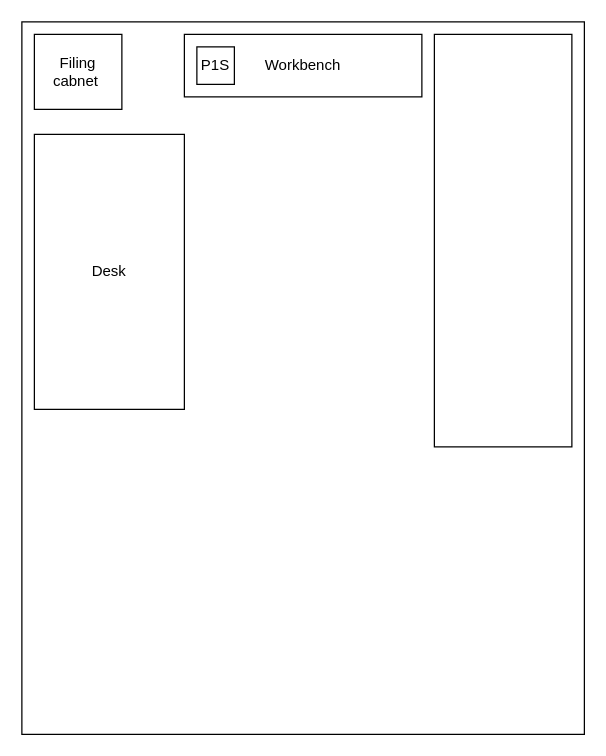
Before: FloorPlan.drawio in the-real-mastermind/DrawIo, a draw.io diagram. Source tidied: cells renumbered, new cells numbered last; positions are measured from the earlier drawing's top-left corner, leaving out a move shared by most shapes. Both pictures are drawn from the tidied source at 125%, with x=0, y=0 at pixel (21, 21).
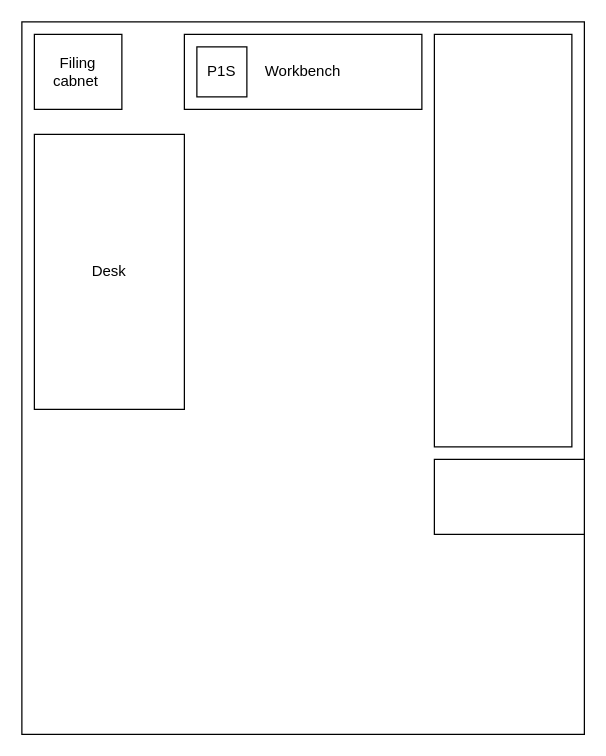
Above is the later version.

Diff of the diagram source:
```diff
@@
 <mxGraphModel>
   <root>
     <mxCell id="0" />
     <mxCell id="1" parent="0" />
     <mxCell id="2" style="rounded=0;whiteSpace=wrap;html=1;" parent="1" vertex="1">
       <mxGeometry width="450" height="570" as="geometry" />
     </mxCell>
     <mxCell id="3" style="rounded=0;whiteSpace=wrap;html=1;" parent="1" vertex="1">
       <mxGeometry x="330" y="10" width="110" height="330" as="geometry" />
     </mxCell>
     <mxCell id="4" value="Workbench" style="rounded=0;whiteSpace=wrap;html=1;" parent="1" vertex="1">
-      <mxGeometry x="130" y="10" width="190" height="50" as="geometry" />
+      <mxGeometry x="130" y="10" width="190" height="60" as="geometry" />
     </mxCell>
     <mxCell id="5" value="Filing cabnet&amp;nbsp;" style="rounded=0;whiteSpace=wrap;html=1;" parent="1" vertex="1">
       <mxGeometry x="10" y="10" width="70" height="60" as="geometry" />
     </mxCell>
     <mxCell id="6" value="Desk" style="rounded=0;whiteSpace=wrap;html=1;" parent="1" vertex="1">
       <mxGeometry x="10" y="90" width="120" height="220" as="geometry" />
     </mxCell>
     <mxCell id="7" value="P1S" style="rounded=0;whiteSpace=wrap;html=1;" parent="1" vertex="1">
-      <mxGeometry x="140" y="20" width="30" height="30" as="geometry" />
+      <mxGeometry x="140" y="20" width="40" height="40" as="geometry" />
     </mxCell>
+    <mxCell id="8" style="rounded=0;whiteSpace=wrap;html=1;" parent="1" vertex="1">
+      <mxGeometry x="330" y="350" width="120" height="60" as="geometry" />
+    </mxCell>
   </root>
 </mxGraphModel>
```
